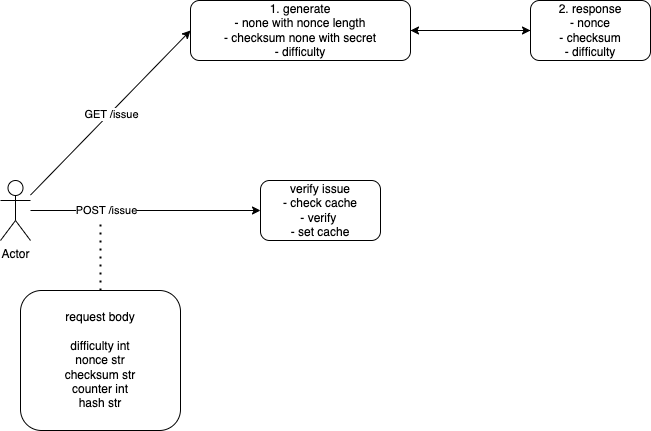
The draw.io diagram 004-rate-limiter-proof-of-work/images/pow.drawio.png in vkhanhqui/funny-things, before a commit. Source tidied: cells renumbered, new cells last; positions are measured from the earlier drawing's top-left corner, leaving out a move shared by most shapes.
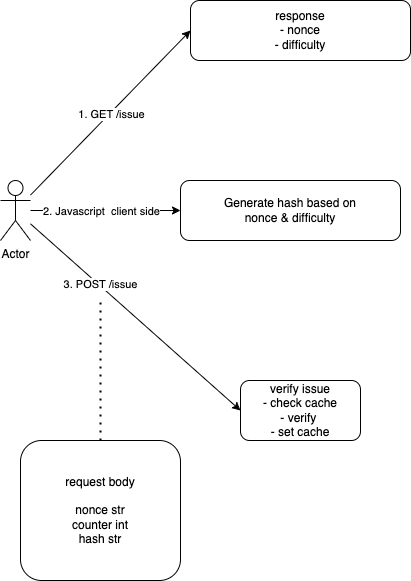
The same file after the commit.

Diff of the diagram source:
```diff
@@ -5,44 +5,42 @@
     <mxCell id="2" style="rounded=0;jettySize=auto;html=1;entryX=0;entryY=0.5;entryDx=0;entryDy=0;" parent="1" edge="1" source="6" target="8">
       <mxGeometry relative="1" as="geometry" />
     </mxCell>
-    <mxCell id="3" value="GET /issue" style="edgeLabel;html=1;align=center;verticalAlign=middle;" parent="2" vertex="1">
+    <mxCell id="3" value="1. GET /issue" style="edgeLabel;html=1;align=center;verticalAlign=middle;" parent="2" vertex="1">
       <mxGeometry x="-0.01" y="-1" relative="1" as="geometry" />
     </mxCell>
     <mxCell id="4" style="rounded=0;jettySize=auto;html=1;entryX=0;entryY=0.5;entryDx=0;entryDy=0;" parent="1" edge="1" source="6" target="13">
       <mxGeometry relative="1" as="geometry" />
     </mxCell>
-    <mxCell id="5" value="POST /issue" style="edgeLabel;html=1;align=center;verticalAlign=middle;" parent="4" vertex="1">
+    <mxCell id="5" value="3. POST /issue" style="edgeLabel;html=1;align=center;verticalAlign=middle;" parent="4" vertex="1">
       <mxGeometry x="-0.34" y="1" relative="1" as="geometry" />
     </mxCell>
+    <mxCell id="14" style="edgeStyle=none;html=1;entryX=0;entryY=0.5;entryDx=0;entryDy=0;" parent="1" edge="1" source="6" target="16">
+      <mxGeometry relative="1" as="geometry" />
+    </mxCell>
+    <mxCell id="15" value="2. Javascript&amp;nbsp; client side" style="edgeLabel;html=1;align=center;verticalAlign=middle;" parent="14" vertex="1">
+      <mxGeometry x="0.21" y="-1" relative="1" as="geometry">
+        <mxPoint x="-21" y="-1" as="offset" />
+      </mxGeometry>
+    </mxCell>
     <mxCell id="6" value="Actor" style="shape=umlActor;verticalLabelPosition=bottom;verticalAlign=top;html=1;outlineConnect=0;" parent="1" vertex="1">
       <mxGeometry y="180" width="30" height="60" as="geometry" />
     </mxCell>
-    <mxCell id="7" style="edgeStyle=orthogonalEdgeStyle;rounded=0;jettySize=auto;html=1;entryX=0;entryY=0.5;entryDx=0;entryDy=0;exitX=1;exitY=0.5;exitDx=0;exitDy=0;" parent="1" edge="1" source="8" target="10">
-      <mxGeometry relative="1" as="geometry">
-        <Array as="points">
-          <mxPoint x="470" y="30" />
-        </Array>
-      </mxGeometry>
-    </mxCell>
-    <mxCell id="8" value="1. generate &lt;br&gt;- none with nonce length&lt;br&gt;- checksum none with secret&lt;br&gt;- difficulty" style="rounded=1;whiteSpace=wrap;html=1;" parent="1" vertex="1">
+    <mxCell id="8" value="response&lt;br&gt;- nonce&lt;br&gt;- difficulty" style="rounded=1;whiteSpace=wrap;html=1;" parent="1" vertex="1">
       <mxGeometry x="190" width="220" height="60" as="geometry" />
     </mxCell>
-    <mxCell id="9" style="edgeStyle=orthogonalEdgeStyle;rounded=0;jettySize=auto;html=1;entryX=1;entryY=0.5;entryDx=0;entryDy=0;" parent="1" edge="1" source="10" target="8">
-      <mxGeometry relative="1" as="geometry" />
-    </mxCell>
-    <mxCell id="10" value="2. response&lt;br&gt;- nonce&lt;br&gt;- checksum&lt;br&gt;- difficulty" style="rounded=1;whiteSpace=wrap;html=1;" parent="1" vertex="1">
-      <mxGeometry x="530" width="120" height="60" as="geometry" />
-    </mxCell>
-    <mxCell id="11" value="request body&lt;br&gt;&lt;div&gt;&lt;span style=&quot;background-color: initial;&quot;&gt;&lt;br&gt;&lt;/span&gt;&lt;/div&gt;&lt;div&gt;&lt;span style=&quot;background-color: initial;&quot;&gt;difficulty int&lt;/span&gt;&lt;br&gt;&lt;/div&gt;&lt;div&gt;&lt;span style=&quot;background-color: initial;&quot;&gt;nonce str&lt;/span&gt;&lt;/div&gt;&lt;div&gt;&lt;span style=&quot;background-color: initial;&quot;&gt;checksum str&lt;/span&gt;&lt;/div&gt;&lt;div&gt;&lt;span style=&quot;background-color: initial;&quot;&gt;counter int&lt;/span&gt;&lt;/div&gt;&lt;div&gt;&lt;span style=&quot;background-color: initial;&quot;&gt;hash str&lt;/span&gt;&lt;/div&gt;" style="rounded=1;whiteSpace=wrap;html=1;" parent="1" vertex="1">
-      <mxGeometry x="20" y="290" width="160" height="140" as="geometry" />
+    <mxCell id="11" value="request body&lt;br&gt;&lt;div&gt;&lt;br&gt;&lt;/div&gt;&lt;div&gt;&lt;span style=&quot;background-color: initial;&quot;&gt;nonce str&lt;/span&gt;&lt;/div&gt;&lt;div&gt;&lt;span style=&quot;background-color: initial;&quot;&gt;counter int&lt;/span&gt;&lt;/div&gt;&lt;div&gt;&lt;span style=&quot;background-color: initial;&quot;&gt;hash str&lt;/span&gt;&lt;/div&gt;" style="rounded=1;whiteSpace=wrap;html=1;" parent="1" vertex="1">
+      <mxGeometry x="20" y="440" width="160" height="140" as="geometry" />
     </mxCell>
     <mxCell id="12" style="endArrow=none;dashed=1;html=1;dashPattern=1 3;strokeWidth=2;rounded=0;exitX=0.5;exitY=0;exitDx=0;exitDy=0;" parent="1" edge="1" source="11">
       <mxGeometry relative="1" as="geometry">
-        <mxPoint x="100" y="220" as="targetPoint" />
+        <mxPoint x="100" y="300" as="targetPoint" />
       </mxGeometry>
     </mxCell>
     <mxCell id="13" value="verify issue&lt;br&gt;- check cache&lt;br&gt;- verify&amp;nbsp;&lt;br&gt;- set cache" style="rounded=1;whiteSpace=wrap;html=1;" parent="1" vertex="1">
-      <mxGeometry x="260" y="180" width="120" height="60" as="geometry" />
+      <mxGeometry x="240" y="380" width="120" height="60" as="geometry" />
     </mxCell>
+    <mxCell id="16" value="Generate hash based on &lt;br&gt;nonce &amp;amp; difficulty" style="rounded=1;whiteSpace=wrap;html=1;" parent="1" vertex="1">
+      <mxGeometry x="180" y="180" width="220" height="60" as="geometry" />
+    </mxCell>
   </root>
 </mxGraphModel>
```
